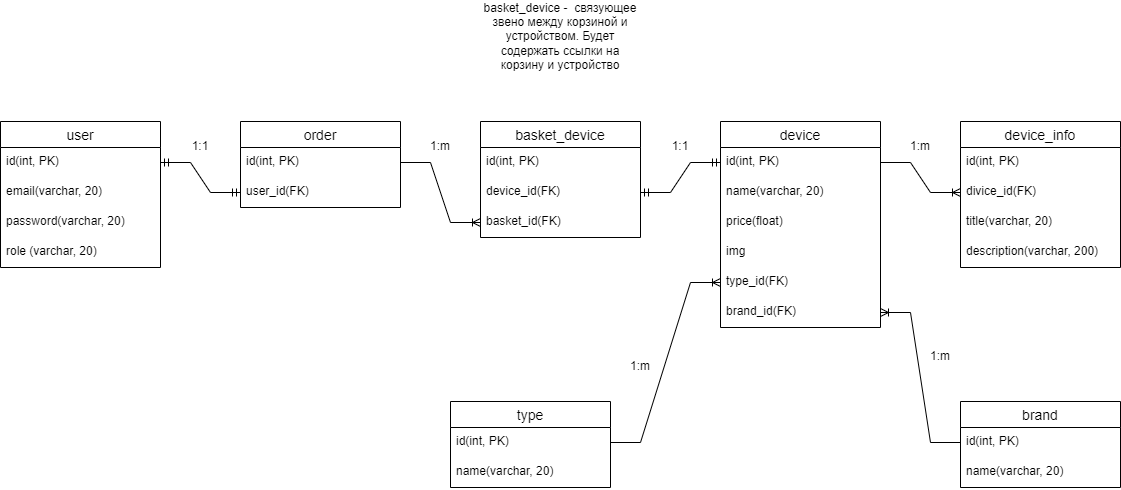
Before: Shoping cart-Страница 2.drawio.png, a diagram exported from draw.io (Stoian-Iulia/PW-II). Source tidied: cells renumbered, new cells last; positions are measured from the earlier drawing's top-left corner, leaving out a move shared by most shapes.
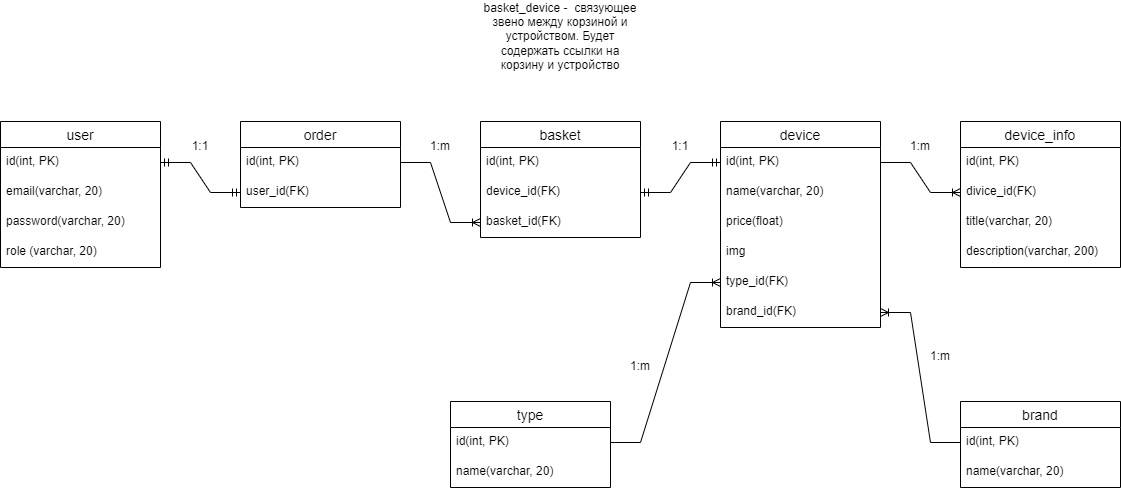
Later version of the same file.

The edit, as a diff of the source:
```diff
@@ -92,7 +92,7 @@
     <mxCell id="31" style="edgeStyle=entityRelationEdgeStyle;fontSize=12;html=1;endArrow=ERoneToMany;rounded=0;" parent="1" edge="1" source="12" target="28">
       <mxGeometry relative="1" as="geometry" />
     </mxCell>
-    <mxCell id="32" value="basket_device" style="swimlane;fontStyle=0;horizontal=1;startSize=26;align=center;fontSize=14;" parent="1" vertex="1">
+    <mxCell id="32" value="basket" style="swimlane;fontStyle=0;horizontal=1;startSize=26;align=center;fontSize=14;" parent="1" vertex="1">
       <mxGeometry x="480" y="100" width="160" height="116" as="geometry" />
     </mxCell>
     <mxCell id="33" value="id(int, PK)" style="text;strokeColor=none;fillColor=none;spacingLeft=4;spacingRight=4;overflow=hidden;fontSize=12;" parent="32" vertex="1">
```
